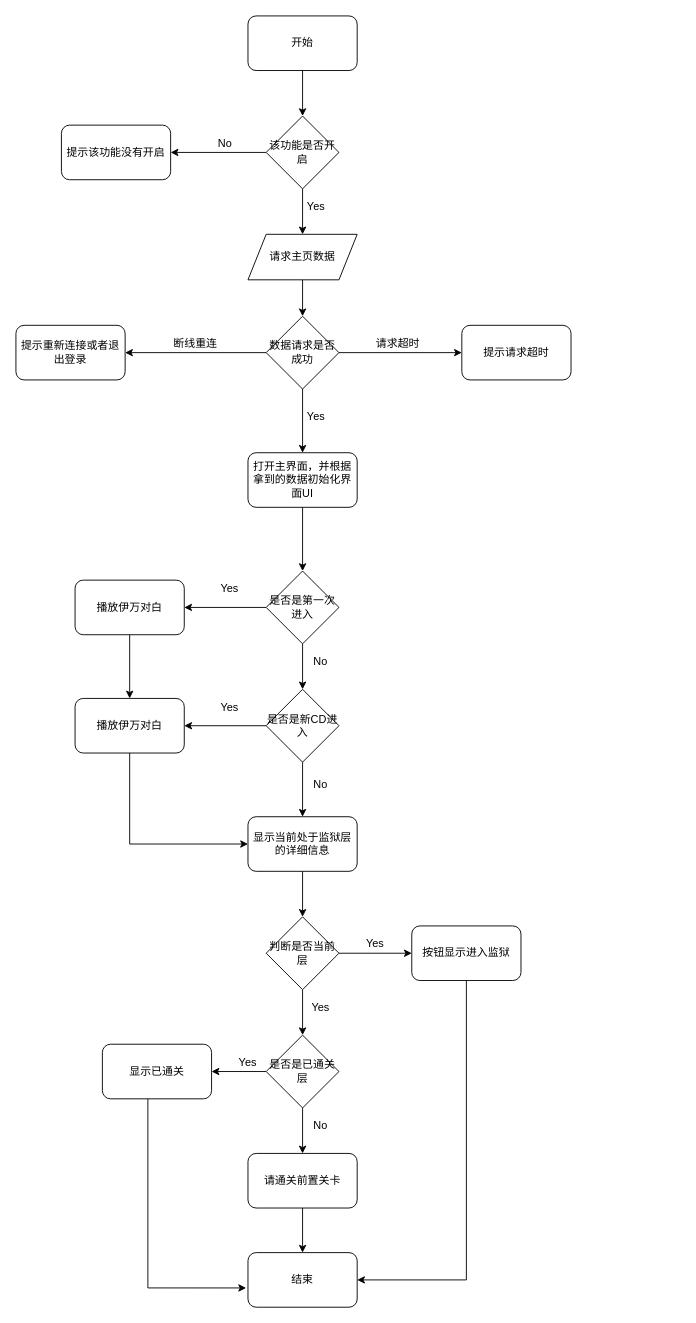
Earlier version of the draw.io diagram Untitled DiagramDeep.drawio (PeterZHQ/StudyRoad). Source tidied: cells renumbered, new cells numbered last; positions are measured from the earlier drawing's top-left corner, leaving out a move shared by most shapes. Both pictures are drawn from the tidied source at 91%, with x=0, y=0 at pixel (15, 15).
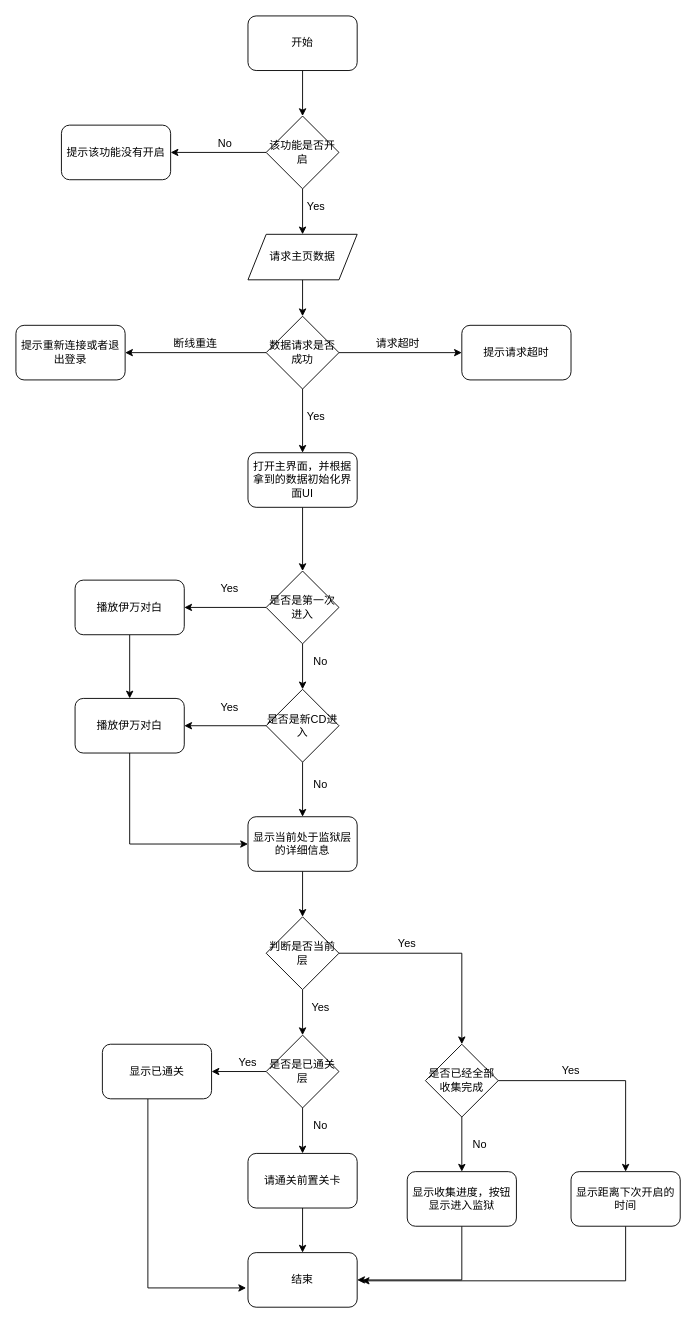
The same diagram, later.

Unchanged cells that the change refers to:
```xml
<mxCell id="26" value="判断是否当前层" style="rhombus;whiteSpace=wrap;html=1;" parent="1" vertex="1">
  <mxGeometry x="275" y="990" width="80" height="80" as="geometry" />
</mxCell>
<mxCell id="40" value="结束" style="rounded=1;whiteSpace=wrap;html=1;" parent="1" vertex="1">
  <mxGeometry x="255" y="1359" width="120" height="60" as="geometry" />
</mxCell>
```

Change to the diagram source:
```diff
@@
-    <mxCell id="24" style="edgeStyle=orthogonalEdgeStyle;rounded=0;jettySize=auto;html=1;entryX=0;entryY=0.5;entryDx=0;entryDy=0;" parent="1" edge="1" source="26" target="28">
-      <mxGeometry relative="1" as="geometry" />
-    </mxCell>
@@
+    <mxCell id="56" style="edgeStyle=orthogonalEdgeStyle;rounded=0;jettySize=auto;html=1;entryX=0.5;entryY=0;entryDx=0;entryDy=0;" parent="1" edge="1" source="26" target="59">
+      <mxGeometry relative="1" as="geometry" />
+    </mxCell>
@@
     <mxCell id="27" style="edgeStyle=orthogonalEdgeStyle;rounded=0;jettySize=auto;html=1;entryX=1;entryY=0.5;entryDx=0;entryDy=0;" parent="1" edge="1" source="28" target="40">
       <mxGeometry relative="1" as="geometry">
         <Array as="points">
-          <mxPoint x="495" y="1389" />
+          <mxPoint x="490" y="1389" />
         </Array>
       </mxGeometry>
     </mxCell>
-    <mxCell id="28" value="按钮显示进入监狱" style="rounded=1;whiteSpace=wrap;html=1;" parent="1" vertex="1">
-      <mxGeometry x="435" y="1000" width="120" height="60" as="geometry" />
+    <mxCell id="28" value="显示收集进度，按钮显示进入监狱" style="rounded=1;whiteSpace=wrap;html=1;" parent="1" vertex="1">
+      <mxGeometry x="430" y="1270" width="120" height="60" as="geometry" />
     </mxCell>
     <mxCell id="29" value="Yes" style="text;html=1;strokeColor=none;fillColor=none;align=center;verticalAlign=middle;whiteSpace=wrap;rounded=0;" parent="1" vertex="1">
-      <mxGeometry x="375" y="1010" width="40" height="20" as="geometry" />
+      <mxGeometry x="410" y="1010" width="40" height="20" as="geometry" />
     </mxCell>
@@
+    <mxCell id="57" style="edgeStyle=orthogonalEdgeStyle;rounded=0;jettySize=auto;html=1;entryX=0.5;entryY=0;entryDx=0;entryDy=0;" parent="1" edge="1" source="59" target="28">
+      <mxGeometry relative="1" as="geometry" />
+    </mxCell>
+    <mxCell id="58" style="edgeStyle=orthogonalEdgeStyle;rounded=0;jettySize=auto;html=1;entryX=0.5;entryY=0;entryDx=0;entryDy=0;" parent="1" edge="1" source="59" target="62">
+      <mxGeometry relative="1" as="geometry" />
+    </mxCell>
+    <mxCell id="59" value="是否已经全部收集完成" style="rhombus;whiteSpace=wrap;html=1;" parent="1" vertex="1">
+      <mxGeometry x="450" y="1130" width="80" height="80" as="geometry" />
+    </mxCell>
+    <mxCell id="60" value="No" style="text;html=1;strokeColor=none;fillColor=none;align=center;verticalAlign=middle;whiteSpace=wrap;rounded=0;" parent="1" vertex="1">
+      <mxGeometry x="490" y="1230" width="40" height="20" as="geometry" />
+    </mxCell>
+    <mxCell id="61" style="edgeStyle=orthogonalEdgeStyle;rounded=0;jettySize=auto;html=1;" parent="1" edge="1" source="62">
+      <mxGeometry relative="1" as="geometry">
+        <mxPoint x="380" y="1390" as="targetPoint" />
+        <Array as="points">
+          <mxPoint x="670" y="1390" />
+        </Array>
+      </mxGeometry>
+    </mxCell>
+    <mxCell id="62" value="显示距离下次开启的时间" style="rounded=1;whiteSpace=wrap;html=1;" parent="1" vertex="1">
+      <mxGeometry x="610" y="1270" width="120" height="60" as="geometry" />
+    </mxCell>
+    <mxCell id="63" value="Yes" style="text;html=1;strokeColor=none;fillColor=none;align=center;verticalAlign=middle;whiteSpace=wrap;rounded=0;" parent="1" vertex="1">
+      <mxGeometry x="590" y="1149" width="40" height="20" as="geometry" />
+    </mxCell>
```
